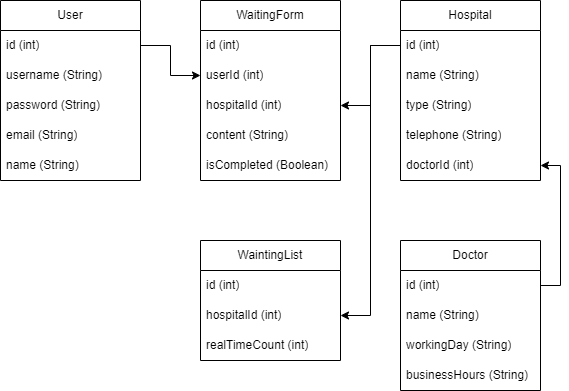
SYULION-11TH-TEAM5/BackEnd keeps this draw.io diagram as document/erd.drawio.png. Above is the earlier version. Source tidied: cells renumbered, new cells last; positions are measured from the earlier drawing's top-left corner, leaving out a move shared by most shapes.
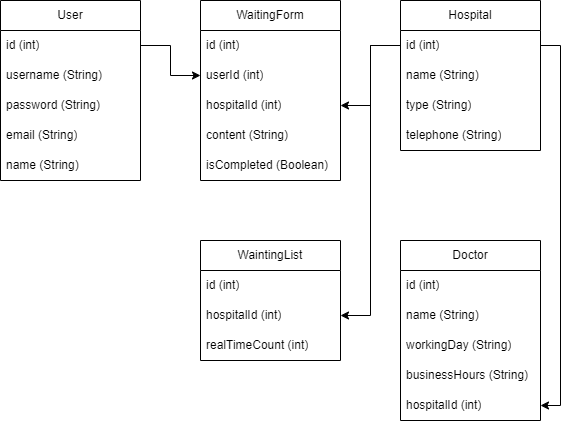
Later version of the same file.

Commit message:
Hospital - Doctor 관계 수정

The edit, as a diff of the source:
```diff
@@ -21,7 +21,7 @@
       <mxGeometry y="150" width="140" height="30" as="geometry" />
     </mxCell>
     <mxCell id="8" value="Hospital" style="swimlane;fontStyle=0;horizontal=1;startSize=30;whiteSpace=wrap;html=1;" parent="1" vertex="1">
-      <mxGeometry x="400" width="140" height="180" as="geometry" />
+      <mxGeometry x="400" width="140" height="150" as="geometry" />
     </mxCell>
     <mxCell id="9" value="id (int)" style="text;strokeColor=none;fillColor=none;align=left;verticalAlign=middle;spacingLeft=4;spacingRight=4;overflow=hidden;points=[[0,0.5],[1,0.5]];portConstraint=eastwest;whiteSpace=wrap;html=1;" parent="8" vertex="1">
       <mxGeometry y="30" width="140" height="30" as="geometry" />
@@ -35,9 +35,6 @@
     <mxCell id="12" value="telephone (String)" style="text;strokeColor=none;fillColor=none;align=left;verticalAlign=middle;spacingLeft=4;spacingRight=4;overflow=hidden;whiteSpace=wrap;html=1;" parent="8" vertex="1">
       <mxGeometry y="120" width="140" height="30" as="geometry" />
     </mxCell>
-    <mxCell id="13" value="doctorId (int)" style="text;strokeColor=none;fillColor=none;align=left;verticalAlign=middle;spacingLeft=4;spacingRight=4;overflow=hidden;points=[[0,0.5],[1,0.5]];portConstraint=eastwest;whiteSpace=wrap;html=1;" parent="8" vertex="1">
-      <mxGeometry y="150" width="140" height="30" as="geometry" />
-    </mxCell>
     <mxCell id="14" value="WaitingForm" style="swimlane;fontStyle=0;horizontal=1;startSize=30;whiteSpace=wrap;html=1;" parent="1" vertex="1">
       <mxGeometry x="200" width="140" height="180" as="geometry" />
     </mxCell>
@@ -78,7 +75,7 @@
       <mxGeometry relative="1" as="geometry" />
     </mxCell>
     <mxCell id="27" value="Doctor" style="swimlane;fontStyle=0;horizontal=1;startSize=30;whiteSpace=wrap;html=1;" parent="1" vertex="1">
-      <mxGeometry x="400" y="240" width="140" height="150" as="geometry" />
+      <mxGeometry x="400" y="240" width="140" height="180" as="geometry" />
     </mxCell>
     <mxCell id="28" value="id (int)" style="text;strokeColor=none;fillColor=none;align=left;verticalAlign=middle;spacingLeft=4;spacingRight=4;overflow=hidden;points=[[0,0.5],[1,0.5]];portConstraint=eastwest;whiteSpace=wrap;html=1;" parent="27" vertex="1">
       <mxGeometry y="30" width="140" height="30" as="geometry" />
@@ -92,13 +89,16 @@
     <mxCell id="31" value="businessHours (String)" style="text;strokeColor=none;fillColor=none;align=left;verticalAlign=middle;spacingLeft=4;spacingRight=4;overflow=hidden;whiteSpace=wrap;html=1;" parent="27" vertex="1">
       <mxGeometry y="120" width="140" height="30" as="geometry" />
     </mxCell>
-    <mxCell id="32" style="edgeStyle=orthogonalEdgeStyle;rounded=0;jettySize=auto;html=1;entryX=1;entryY=0.5;entryDx=0;entryDy=0;" parent="1" edge="1" source="28" target="13">
-      <mxGeometry relative="1" as="geometry">
-        <Array as="points">
-          <mxPoint x="560" y="285" />
-          <mxPoint x="560" y="165" />
-        </Array>
-      </mxGeometry>
-    </mxCell>
+    <mxCell id="13" value="hospitalId (int)" style="text;strokeColor=none;fillColor=none;align=left;verticalAlign=middle;spacingLeft=4;spacingRight=4;overflow=hidden;points=[[0,0.5],[1,0.5]];portConstraint=eastwest;whiteSpace=wrap;html=1;" parent="27" vertex="1">
+      <mxGeometry y="150" width="140" height="30" as="geometry" />
+    </mxCell>
+    <mxCell id="33" style="edgeStyle=orthogonalEdgeStyle;rounded=0;jettySize=auto;html=1;entryX=1;entryY=0.5;entryDx=0;entryDy=0;" parent="1" edge="1" source="9" target="13">
+      <mxGeometry relative="1" as="geometry">
+        <Array as="points">
+          <mxPoint x="560" y="45" />
+          <mxPoint x="560" y="405" />
+        </Array>
+      </mxGeometry>
+    </mxCell>
   </root>
 </mxGraphModel>
```
